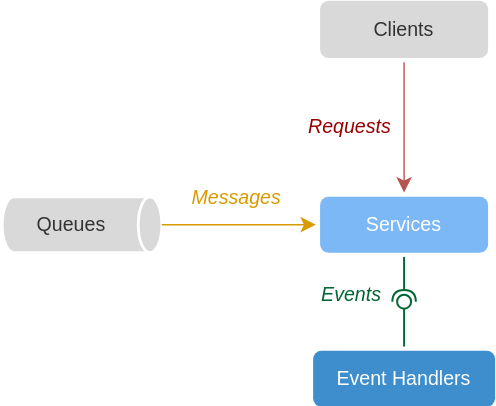
This is about/assets/events.drawio.svg from cap-js/docs, a draw.io export, as it was before one commit. Source tidied: cells renumbered, new cells last; positions are measured from the earlier drawing's top-left corner, leaving out a move shared by most shapes.
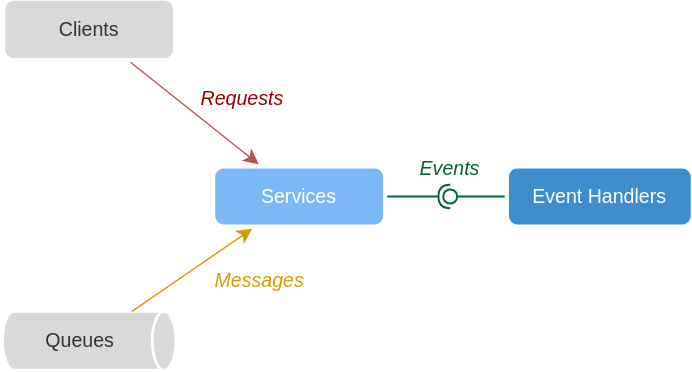
After the change.

Diff of the diagram source:
```diff
@@ -3,30 +3,30 @@
     <mxCell id="0" />
     <mxCell id="1" parent="0" />
     <mxCell id="2" value="&lt;span style=&quot;text-align: left; text-wrap: nowrap; font-size: 14px;&quot;&gt;Clients&lt;/span&gt;" style="rounded=1;whiteSpace=wrap;html=1;fillColor=#D9D9D9;strokeColor=none;fontFamily=Helvetica;spacingRight=0;spacingLeft=0;spacing=10;fontColor=#333333;fontSize=14;perimeterSpacing=3;" parent="1" vertex="1">
-      <mxGeometry x="190" width="120" height="41" as="geometry" />
+      <mxGeometry x="39.9" y="20" width="120" height="41" as="geometry" />
     </mxCell>
     <mxCell id="3" value="Services" style="rounded=1;whiteSpace=wrap;html=1;fillColor=#7BB8F5;strokeColor=none;fontFamily=Helvetica;spacingRight=0;spacingLeft=0;spacing=10;fontStyle=0;fontColor=#FFFFFF;fontSize=14;perimeterSpacing=3;align=center;verticalAlign=middle;" parent="1" vertex="1">
       <mxGeometry x="190" y="140" width="120" height="40" as="geometry" />
     </mxCell>
-    <mxCell id="4" value="Requests" style="edgeStyle=none;rounded=1;jettySize=auto;html=1;fontSize=14;startSize=8;endSize=8;align=right;verticalAlign=middle;spacingLeft=0;spacingRight=0;spacing=10;fontFamily=Helvetica;fontColor=#990000;fontStyle=2;fillColor=#f8cecc;strokeColor=#b85450;labelBackgroundColor=none;" parent="1" edge="1" source="2" target="3">
-      <mxGeometry relative="1" as="geometry" />
+    <mxCell id="4" value="Requests" style="edgeStyle=none;rounded=1;jettySize=auto;html=1;fontSize=14;startSize=8;endSize=8;align=left;verticalAlign=middle;spacingLeft=0;spacingRight=0;spacing=10;fontFamily=Helvetica;fontColor=#990000;fontStyle=2;fillColor=#f8cecc;strokeColor=#b85450;labelBackgroundColor=none;" parent="1" edge="1" source="2" target="3">
+      <mxGeometry x="-0.18" y="5" relative="1" as="geometry" />
     </mxCell>
     <mxCell id="5" value="Queues" style="shape=cylinder3;whiteSpace=wrap;html=1;boundedLbl=1;backgroundOutline=1;size=8.428571428571558;strokeWidth=2;rotation=90;rounded=1;align=center;verticalAlign=middle;spacingLeft=0;spacingRight=0;spacing=10;fontFamily=Helvetica;fontSize=14;fontColor=#333333;fillColor=#D9D9D9;strokeColor=#FFFFFF;horizontal=0;" parent="1" vertex="1">
-      <mxGeometry y="103" width="39.9" height="114" as="geometry" />
+      <mxGeometry x="78.9" y="201.2" width="42" height="124" as="geometry" />
     </mxCell>
-    <mxCell id="6" value="Messages" style="edgeStyle=none;rounded=1;jettySize=auto;html=1;fontSize=14;startSize=8;endSize=8;align=center;verticalAlign=bottom;spacingLeft=0;spacingRight=0;spacing=10;fontFamily=Helvetica;fontColor=#D79B00;fontStyle=2;fillColor=#ffe6cc;strokeColor=#D79B00;labelBackgroundColor=none;" parent="1" edge="1" source="5" target="3">
-      <mxGeometry x="-0.04" relative="1" as="geometry" />
+    <mxCell id="6" value="Messages" style="edgeStyle=none;rounded=1;jettySize=auto;html=1;fontSize=14;startSize=8;endSize=8;align=left;verticalAlign=middle;spacingLeft=0;spacingRight=0;spacing=10;fontFamily=Helvetica;fontColor=#D79B00;fontStyle=2;fillColor=#ffe6cc;strokeColor=#D79B00;labelBackgroundColor=none;" parent="1" edge="1" source="5" target="3">
+      <mxGeometry x="0.02" y="-10" relative="1" as="geometry" />
     </mxCell>
     <mxCell id="7" value="Event Handlers" style="rounded=1;whiteSpace=wrap;html=1;fillColor=#3E8ECD;strokeColor=none;fontFamily=Helvetica;spacingRight=0;spacingLeft=0;spacing=10;fontStyle=0;fontColor=#FFFFFF;fontSize=14;perimeterSpacing=3;" parent="1" vertex="1">
-      <mxGeometry x="185" y="250" width="130" height="40" as="geometry" />
+      <mxGeometry x="400" y="140" width="130" height="40" as="geometry" />
     </mxCell>
-    <mxCell id="8" value="Events" style="group;strokeColor=none;align=right;spacingLeft=0;spacingRight=19;fontSize=14;fontStyle=2;fontColor=#006633;" parent="1" vertex="1">
-      <mxGeometry x="245" y="195" width="10" height="40" as="geometry" />
+    <mxCell id="8" value="Events" style="group;strokeColor=none;align=center;spacingLeft=0;spacingRight=0;fontSize=14;fontStyle=2;fontColor=#006633;verticalAlign=top;spacingTop=-15;spacingBottom=0;" parent="1" vertex="1">
+      <mxGeometry x="353" y="140" width="10" height="40" as="geometry" />
     </mxCell>
-    <mxCell id="9" style="group;flipV=1;direction=west;rotation=-90;" parent="8" vertex="1">
+    <mxCell id="9" style="group;flipV=1;direction=west;rotation=-150;" parent="8" vertex="1">
       <mxGeometry x="-15" y="15" width="40" height="10" as="geometry" />
     </mxCell>
-    <mxCell id="10" style="ellipse;whiteSpace=wrap;html=1;align=center;fillColor=none;strokeColor=none;perimeter=centerPerimeter;points=[];outlineConnect=1;rotation=-90;" parent="9" vertex="1">
+    <mxCell id="10" style="ellipse;whiteSpace=wrap;html=1;align=center;fillColor=none;strokeColor=none;perimeter=centerPerimeter;points=[];outlineConnect=1;rotation=-150;" parent="9" vertex="1">
       <mxGeometry x="15" width="10" height="10" as="geometry" />
     </mxCell>
     <mxCell id="11" style="rounded=1;jettySize=auto;html=1;endArrow=halfCircle;endFill=0;endSize=6;strokeWidth=1.4;sketch=0;fontSize=12;curved=0;strokeColor=#006633;fillColor=#d5e8d4;" parent="8" edge="1" source="3" target="10">
```
